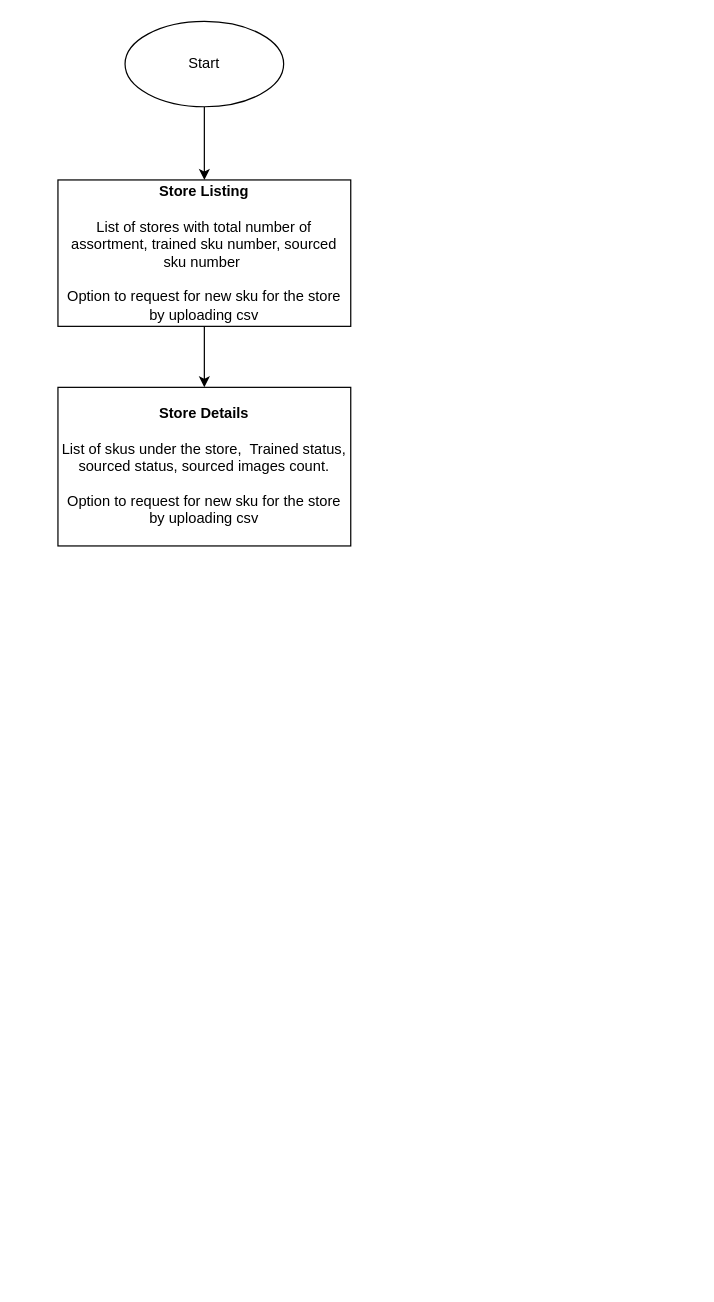
bb-midhunps/diagrams keeps this draw.io diagram as Untitled Diagram.drawio. Above is the earlier version. Source tidied: cells renumbered, new cells numbered last; positions are measured from the earlier drawing's top-left corner, leaving out a move shared by most shapes. Both pictures are drawn from the tidied source at 122%, with x=0, y=0 at pixel (57, 21).
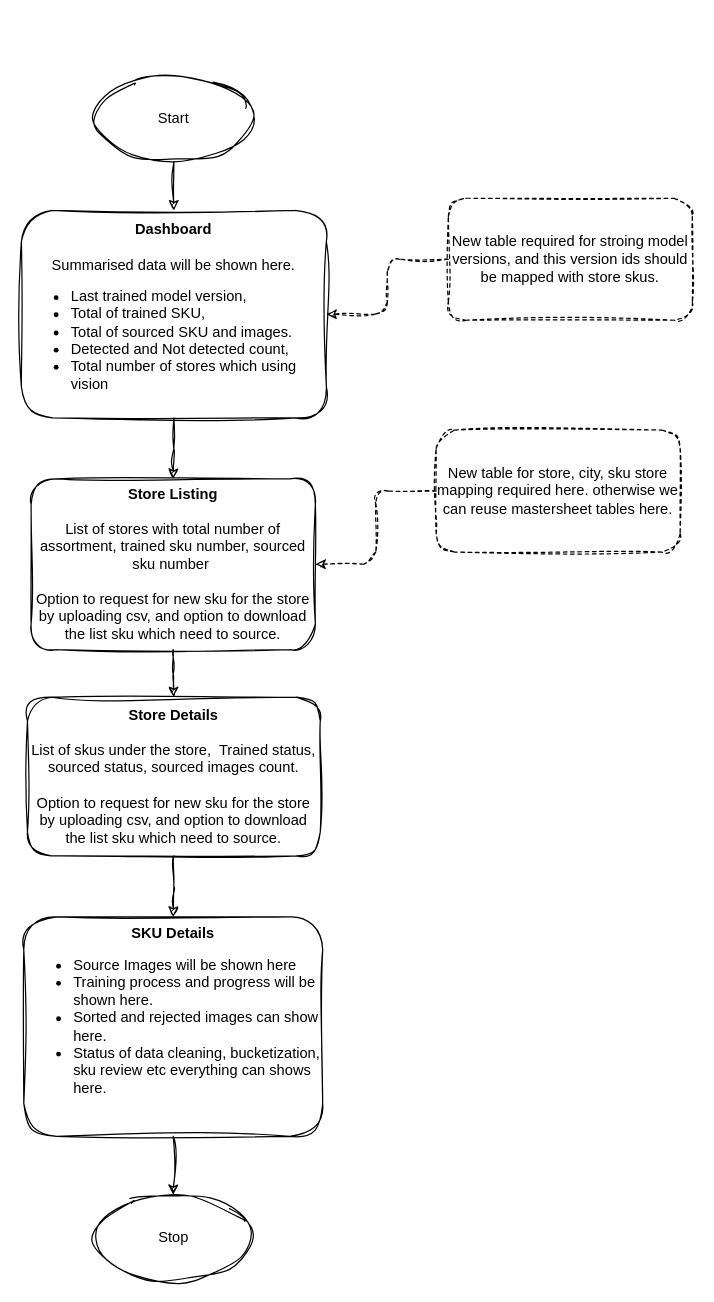
The same diagram, later.

What changed in the source:
```diff
@@
 <mxGraphModel>
   <root>
     <mxCell id="0" />
     <mxCell id="1" parent="0" />
-    <mxCell id="2" style="edgeStyle=orthogonalEdgeStyle;rounded=0;jettySize=auto;html=1;" parent="1" edge="1" source="3" target="5">
-      <mxGeometry relative="1" as="geometry" />
-    </mxCell>
+    <mxCell id="7" style="edgeStyle=orthogonalEdgeStyle;rounded=0;jettySize=auto;html=1;exitX=0.5;exitY=1;exitDx=0;exitDy=0;entryX=0.5;entryY=0;entryDx=0;entryDy=0;sketch=1;curveFitting=1;jiggle=2;flowAnimation=1;" parent="1" edge="1" source="3" target="12">
+      <mxGeometry relative="1" as="geometry" />
+    </mxCell>
-    <mxCell id="3" value="Start" style="ellipse;whiteSpace=wrap;html=1;" parent="1" vertex="1">
-      <mxGeometry x="55" width="130" height="70" as="geometry" />
+    <mxCell id="3" value="Start" style="ellipse;whiteSpace=wrap;html=1;sketch=1;curveFitting=1;jiggle=2;fillColor=none;" parent="1" vertex="1">
+      <mxGeometry x="30" y="45" width="130" height="70" as="geometry" />
     </mxCell>
-    <mxCell id="4" style="edgeStyle=orthogonalEdgeStyle;rounded=0;jettySize=auto;html=1;" parent="1" edge="1" source="5" target="6">
+    <mxCell id="4" style="edgeStyle=orthogonalEdgeStyle;rounded=0;jettySize=auto;html=1;sketch=1;curveFitting=1;jiggle=2;flowAnimation=1;" parent="1" edge="1" source="5" target="6">
       <mxGeometry relative="1" as="geometry" />
     </mxCell>
-    <mxCell id="5" value="&lt;b&gt;Store Listing&lt;/b&gt;&lt;div&gt;&lt;b&gt;&lt;br&gt;&lt;/b&gt;&lt;/div&gt;&lt;div&gt;List of stores with total number of assortment, trained sku number, sourced sku number&amp;nbsp;&lt;/div&gt;&lt;div&gt;&lt;br&gt;&lt;/div&gt;&lt;div&gt;Option to request for new sku for the store by uploading csv&lt;br&gt;&lt;/div&gt;" style="whiteSpace=wrap;html=1;" parent="1" vertex="1">
-      <mxGeometry y="130" width="240" height="120" as="geometry" />
+    <mxCell id="5" value="&lt;b&gt;Store Listing&lt;/b&gt;&lt;div&gt;&lt;b&gt;&lt;br&gt;&lt;/b&gt;&lt;/div&gt;&lt;div&gt;List of stores with total number of assortment, trained sku number, sourced sku number&amp;nbsp;&lt;/div&gt;&lt;div&gt;&lt;br&gt;&lt;/div&gt;&lt;div&gt;Option to request for new sku for the store by uploading csv, and option to download the list sku which need to source.&lt;br&gt;&lt;/div&gt;" style="whiteSpace=wrap;html=1;rounded=1;sketch=1;curveFitting=1;jiggle=2;fillColor=none;" parent="1" vertex="1">
+      <mxGeometry x="-22" y="375" width="233" height="140" as="geometry" />
     </mxCell>
+    <mxCell id="8" style="edgeStyle=orthogonalEdgeStyle;rounded=0;jettySize=auto;html=1;sketch=1;curveFitting=1;jiggle=2;flowAnimation=1;" parent="1" edge="1" source="6" target="10">
+      <mxGeometry relative="1" as="geometry" />
+    </mxCell>
-    <mxCell id="6" value="&lt;b&gt;Store Details&lt;/b&gt;&lt;div&gt;&lt;b&gt;&lt;br&gt;&lt;/b&gt;&lt;/div&gt;&lt;div&gt;List of skus under the store,&amp;nbsp; Trained status, sourced status, sourced images count.&lt;/div&gt;&lt;div&gt;&lt;br&gt;&lt;/div&gt;&lt;div&gt;Option to request for new sku for the store by uploading csv&lt;/div&gt;" style="whiteSpace=wrap;html=1;" parent="1" vertex="1">
-      <mxGeometry y="300" width="240" height="130" as="geometry" />
+    <mxCell id="6" value="&lt;b&gt;Store Details&lt;/b&gt;&lt;div&gt;&lt;b&gt;&lt;br&gt;&lt;/b&gt;&lt;/div&gt;&lt;div&gt;List of skus under the store,&amp;nbsp; Trained status, sourced status, sourced images count.&lt;/div&gt;&lt;div&gt;&lt;br&gt;&lt;/div&gt;&lt;div&gt;Option to request for new sku for the store by uploading csv, and option to download the list sku which need to source.&lt;br&gt;&lt;/div&gt;" style="whiteSpace=wrap;html=1;rounded=1;sketch=1;curveFitting=1;jiggle=2;fillColor=none;" parent="1" vertex="1">
+      <mxGeometry x="-25" y="554" width="240" height="130" as="geometry" />
     </mxCell>
+    <mxCell id="9" style="edgeStyle=orthogonalEdgeStyle;rounded=0;jettySize=auto;html=1;sketch=1;curveFitting=1;jiggle=2;" parent="1" edge="1" source="10" target="15">
+      <mxGeometry relative="1" as="geometry" />
+    </mxCell>
+    <mxCell id="10" value="&lt;b&gt;SKU Details&lt;/b&gt;&lt;div&gt;&lt;ul&gt;&lt;li style=&quot;text-align: left;&quot;&gt;&lt;span style=&quot;background-color: initial;&quot;&gt;Source Images will be shown here&lt;/span&gt;&lt;/li&gt;&lt;li style=&quot;text-align: left;&quot;&gt;Training process and progress will be shown here.&lt;/li&gt;&lt;li style=&quot;text-align: left;&quot;&gt;Sorted and rejected images can show here.&lt;/li&gt;&lt;li style=&quot;text-align: left;&quot;&gt;Status of data cleaning, bucketization, sku review etc everything can shows here.&lt;/li&gt;&lt;/ul&gt;&lt;/div&gt;&lt;div&gt;&lt;br&gt;&lt;/div&gt;" style="whiteSpace=wrap;html=1;rounded=1;sketch=1;curveFitting=1;jiggle=2;fillColor=none;" parent="1" vertex="1">
+      <mxGeometry x="-28" y="734" width="245" height="180" as="geometry" />
+    </mxCell>
+    <mxCell id="11" style="edgeStyle=orthogonalEdgeStyle;rounded=0;jettySize=auto;html=1;sketch=1;curveFitting=1;jiggle=2;flowAnimation=1;" parent="1" edge="1" source="12" target="5">
+      <mxGeometry relative="1" as="geometry" />
+    </mxCell>
+    <mxCell id="12" value="&lt;b&gt;Dashboard&lt;/b&gt;&lt;div&gt;&lt;b&gt;&lt;br&gt;&lt;/b&gt;&lt;div&gt;Summarised data will be shown here.&lt;/div&gt;&lt;div&gt;&lt;ul&gt;&lt;li style=&quot;text-align: left;&quot;&gt;Last trained model version,&amp;nbsp;&lt;/li&gt;&lt;li style=&quot;text-align: left;&quot;&gt;Total of trained SKU,&amp;nbsp;&lt;/li&gt;&lt;li style=&quot;text-align: left;&quot;&gt;Total of sourced SKU and images.&lt;/li&gt;&lt;li style=&quot;text-align: left;&quot;&gt;Detected and Not detected count,&lt;/li&gt;&lt;li style=&quot;text-align: left;&quot;&gt;Total number of stores which using vision&lt;/li&gt;&lt;/ul&gt;&lt;/div&gt;&lt;/div&gt;" style="whiteSpace=wrap;html=1;rounded=1;fillColor=none;strokeColor=default;sketch=1;curveFitting=1;jiggle=2;" parent="1" vertex="1">
+      <mxGeometry x="-30" y="155" width="250" height="170" as="geometry" />
+    </mxCell>
+    <mxCell id="13" style="edgeStyle=orthogonalEdgeStyle;rounded=1;jettySize=auto;html=1;exitX=0;exitY=0.5;exitDx=0;exitDy=0;entryX=1;entryY=0.5;entryDx=0;entryDy=0;curved=0;sketch=1;curveFitting=1;jiggle=2;dashed=1;" parent="1" edge="1" source="14" target="5">
+      <mxGeometry relative="1" as="geometry" />
+    </mxCell>
+    <mxCell id="14" value="New table for store, city, sku store mapping required here. otherwise we can reuse mastersheet tables here." style="rounded=1;whiteSpace=wrap;html=1;sketch=1;curveFitting=1;jiggle=2;fillColor=none;dashed=1;" parent="1" vertex="1">
+      <mxGeometry x="310" y="335" width="200" height="100" as="geometry" />
+    </mxCell>
+    <mxCell id="15" value="Stop" style="ellipse;whiteSpace=wrap;html=1;sketch=1;curveFitting=1;jiggle=2;fillColor=none;" parent="1" vertex="1">
+      <mxGeometry x="29.5" y="962" width="130" height="70" as="geometry" />
+    </mxCell>
+    <mxCell id="16" style="edgeStyle=orthogonalEdgeStyle;rounded=1;jettySize=auto;html=1;exitX=0;exitY=0.5;exitDx=0;exitDy=0;entryX=1;entryY=0.5;entryDx=0;entryDy=0;dashed=1;sketch=1;curveFitting=1;jiggle=2;curved=0;" parent="1" edge="1" source="17" target="12">
+      <mxGeometry relative="1" as="geometry" />
+    </mxCell>
+    <mxCell id="17" value="New table required for stroing model versions, and this version ids should be mapped with store skus." style="rounded=1;whiteSpace=wrap;html=1;sketch=1;curveFitting=1;jiggle=2;fillColor=none;dashed=1;" parent="1" vertex="1">
+      <mxGeometry x="320" y="145" width="200" height="100" as="geometry" />
+    </mxCell>
   </root>
 </mxGraphModel>
```
